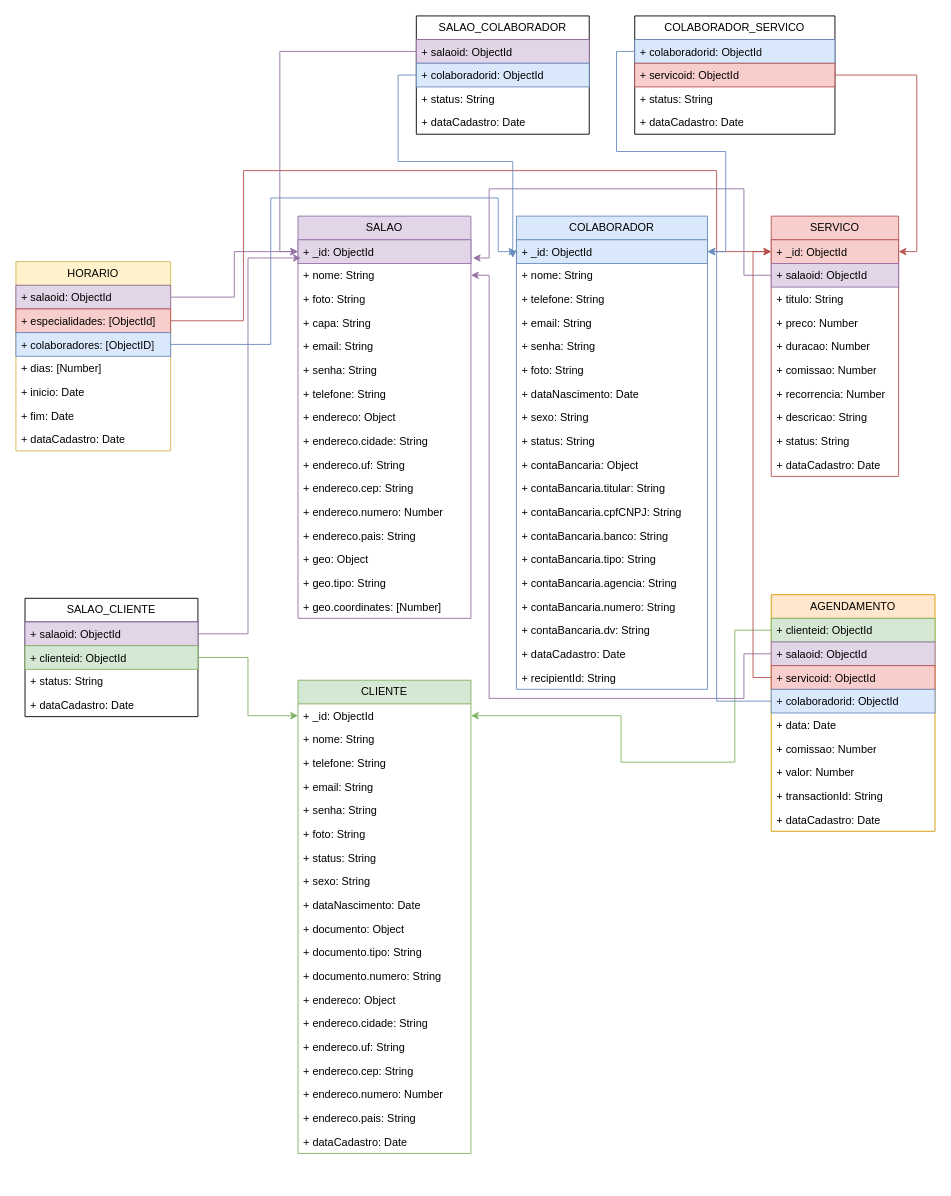
Above: NaRegua.drawio in VkTRPacheco/NaRegua (draw.io), before the change. Source tidied: cells renumbered, new cells numbered last; positions are measured from the earlier drawing's top-left corner, leaving out a move shared by most shapes. Both pictures are drawn from the tidied source at 91%, with x=0, y=0 at pixel (15, 15).
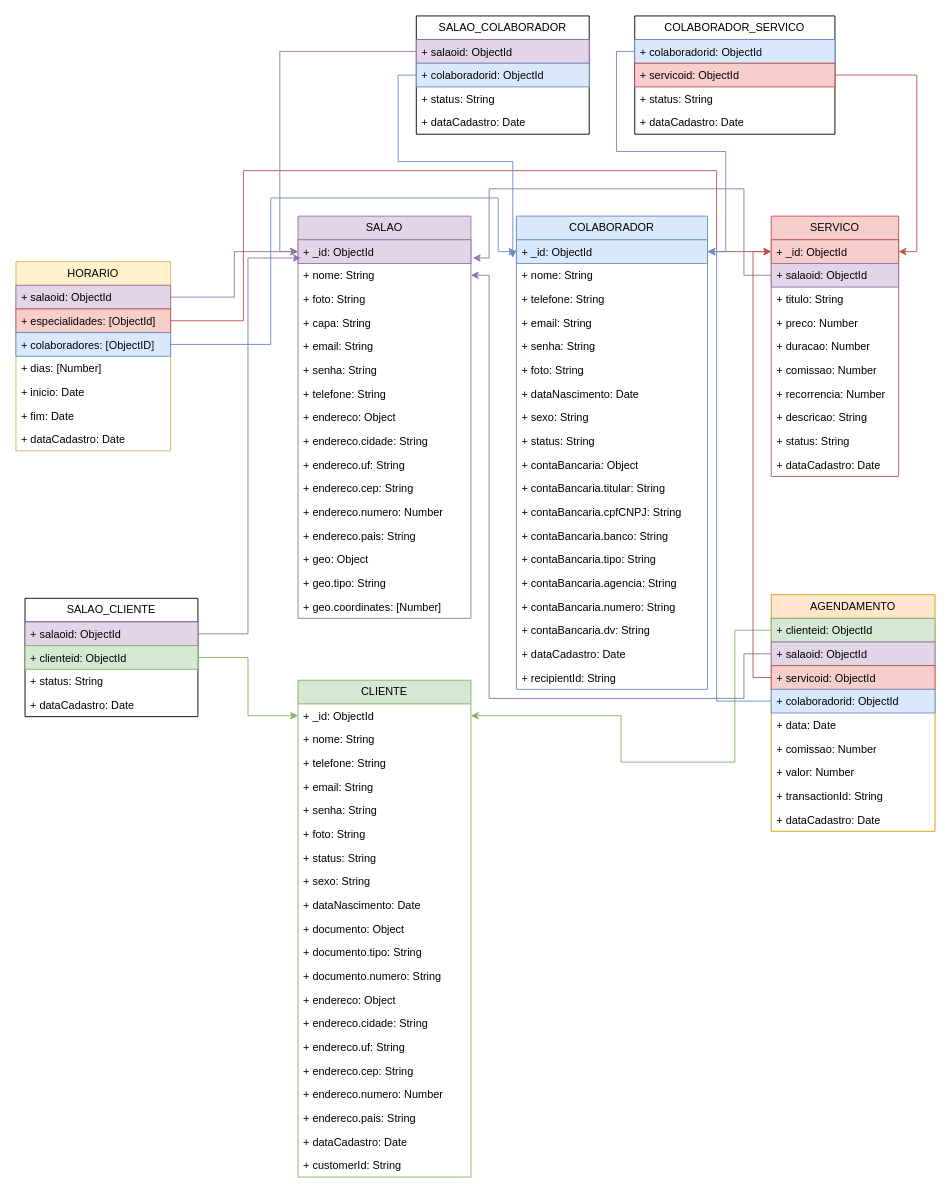
The same diagram, later.

What changed in the source:
```diff
@@
     <mxCell id="76" value="CLIENTE" style="swimlane;fontStyle=0;horizontal=1;startSize=26;fillColor=#d5e8d4;whiteSpace=wrap;html=1;strokeColor=#82b366;" parent="1" vertex="1">
-      <mxGeometry x="310" y="730" width="190" height="520" as="geometry" />
+      <mxGeometry x="310" y="730" width="190" height="546" as="geometry" />
     </mxCell>
@@
+    <mxCell id="117" value="+ customerId: String" style="text;strokeColor=none;fillColor=none;align=left;verticalAlign=top;spacingLeft=4;spacingRight=4;overflow=hidden;whiteSpace=wrap;html=1;" parent="76" vertex="1">
+      <mxGeometry y="520" width="190" height="26" as="geometry" />
+    </mxCell>
```
